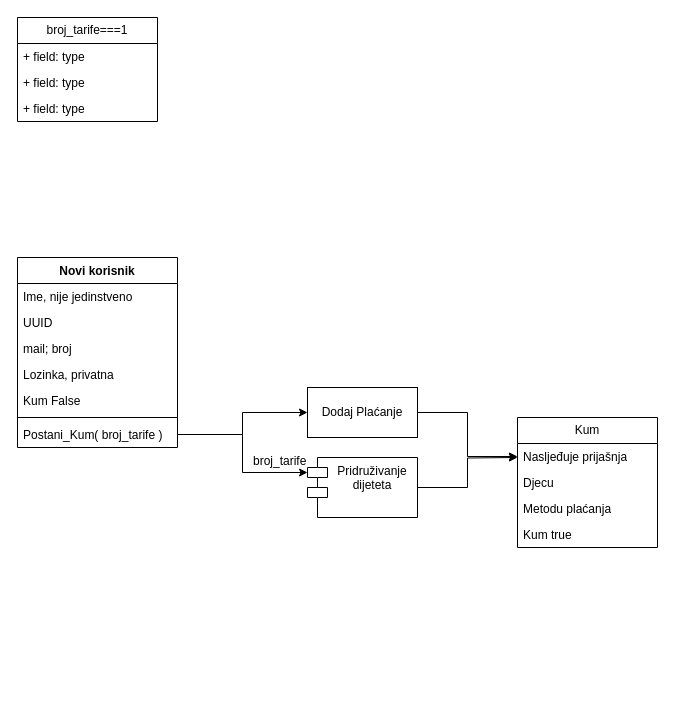
The draw.io diagram Untitled Diagram.drawio in Frane-Bog/Zdenac, before the edit. Source tidied: cells renumbered, new cells numbered last; positions are measured from the earlier drawing's top-left corner, leaving out a move shared by most shapes. Both pictures are drawn from the tidied source at 100%, with x=0, y=0 at pixel (17, 17).
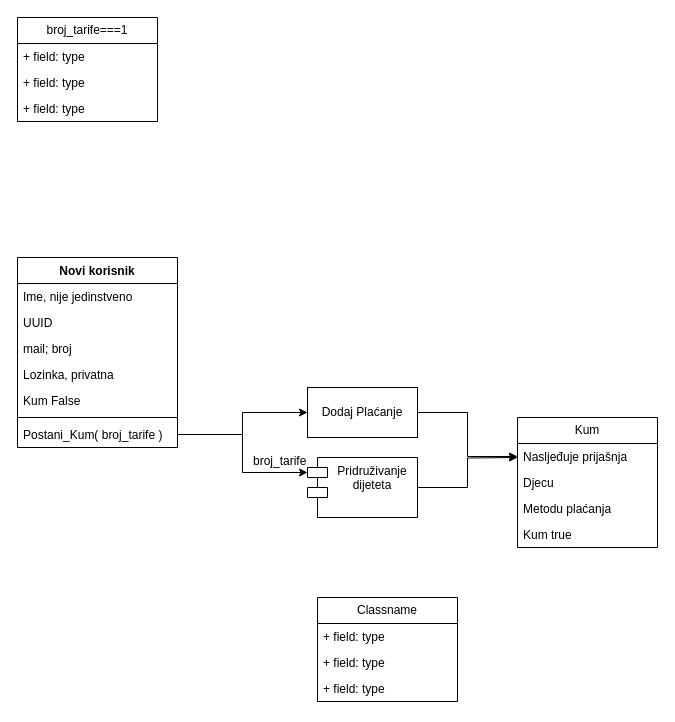
The same diagram, later.

Commit message:
Unesena nova klasa

Change to the diagram source:
```diff
@@
+    <mxCell id="26" value="Classname" style="swimlane;fontStyle=0;horizontal=1;startSize=26;fillColor=none;whiteSpace=wrap;html=1;" parent="1" vertex="1">
+      <mxGeometry x="300" y="580" width="140" height="104" as="geometry" />
+    </mxCell>
+    <mxCell id="27" value="+ field: type" style="text;strokeColor=none;fillColor=none;align=left;verticalAlign=top;spacingLeft=4;spacingRight=4;overflow=hidden;whiteSpace=wrap;html=1;" parent="26" vertex="1">
+      <mxGeometry y="26" width="140" height="26" as="geometry" />
+    </mxCell>
+    <mxCell id="28" value="+ field: type" style="text;strokeColor=none;fillColor=none;align=left;verticalAlign=top;spacingLeft=4;spacingRight=4;overflow=hidden;whiteSpace=wrap;html=1;" parent="26" vertex="1">
+      <mxGeometry y="52" width="140" height="26" as="geometry" />
+    </mxCell>
+    <mxCell id="29" value="+ field: type" style="text;strokeColor=none;fillColor=none;align=left;verticalAlign=top;spacingLeft=4;spacingRight=4;overflow=hidden;whiteSpace=wrap;html=1;" parent="26" vertex="1">
+      <mxGeometry y="78" width="140" height="26" as="geometry" />
+    </mxCell>
```
